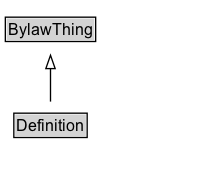
This is docs/diagrams/Definition.dot.png from ISO-TC204/ontology-cdm-p2-v1, a Graphviz export, as it was before one commit. Its source is kept beside it as docs/diagrams/Definition.dot. Source of this version:
```dot
digraph {
	graph [overlap=false rankdir=TB splines=true]
	node [fontname=Arial fontsize=12 margin=0 shape=none]
	edge [fontname=Arial fontsize=11]
	{
		rank=max
		Definition [label=<<TABLE BORDER="1" CELLBORDER="0" CELLSPACING="0" CELLPADDING="1"><TR><TD BGCOLOR="lightgray" ALIGN="CENTER" PORT="e">Definition</TD></TR></TABLE>> URL="../Definition.md" margin=0]
	}
	subgraph cluster_associated {
		label="" style=invis
		Invis [label=<<TABLE BORDER="0" CELLBORDER="0" CELLSPACING="0" CELLPADDING="1"><TR><TD></TD></TR></TABLE>> margin=0 style=invis]
	}
	BylawThing [label=<<TABLE BORDER="1" CELLBORDER="0" CELLSPACING="0" CELLPADDING="1"><TR><TD BGCOLOR="lightgray" ALIGN="CENTER">BylawThing</TD></TR></TABLE>> URL="../BylawThing.md" margin=0]
	Definition -> BylawThing [arrowhead=onormal style=solid]
}
```
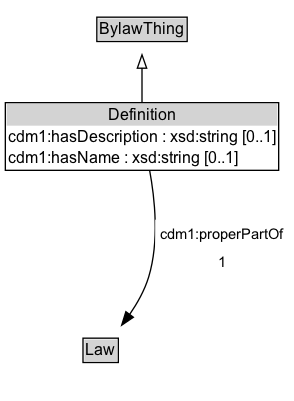
The same diagram one commit later.

Change to the diagram source:
```diff
@@ -3,13 +3,21 @@
 	node [fontname=Arial fontsize=12 margin=0 shape=none]
 	edge [fontname=Arial fontsize=11]
 	{
+		rank=source
+		BylawThing [label=<<TABLE BORDER="1" CELLBORDER="0" CELLSPACING="0" CELLPADDING="1"><TR><TD BGCOLOR="lightgray" ALIGN="CENTER">BylawThing</TD></TR></TABLE>> URL="../BylawThing" margin=0]
+	}
+	Definition [label=<<TABLE BORDER="1" CELLBORDER="0" CELLSPACING="0" CELLPADDING="1"><TR><TD BGCOLOR="lightgray" ALIGN="CENTER">Definition</TD></TR><TR><TD ALIGN="LEFT">cdm1:hasDescription : xsd:string [0..1]</TD></TR><TR><TD ALIGN="LEFT">cdm1:hasName : xsd:string [0..1]</TD></TR></TABLE>> URL="../Definition" margin=0]
+	{
 		rank=max
-		Definition [label=<<TABLE BORDER="1" CELLBORDER="0" CELLSPACING="0" CELLPADDING="1"><TR><TD BGCOLOR="lightgray" ALIGN="CENTER" PORT="e">Definition</TD></TR></TABLE>> URL="../Definition.md" margin=0]
 	}
 	subgraph cluster_associated {
 		label="" style=invis
 		Invis [label=<<TABLE BORDER="0" CELLBORDER="0" CELLSPACING="0" CELLPADDING="1"><TR><TD></TD></TR></TABLE>> margin=0 style=invis]
+		Law [label=<<TABLE BORDER="1" CELLBORDER="0" CELLSPACING="0" CELLPADDING="1"><TR><TD BGCOLOR="lightgray" ALIGN="CENTER">Law</TD></TR></TABLE>> URL="../Law" margin=0]
 	}
-	BylawThing [label=<<TABLE BORDER="1" CELLBORDER="0" CELLSPACING="0" CELLPADDING="1"><TR><TD BGCOLOR="lightgray" ALIGN="CENTER">BylawThing</TD></TR></TABLE>> URL="../BylawThing.md" margin=0]
 	Definition -> BylawThing [arrowhead=onormal style=solid]
+	Definition -> Invis [style=invis]
+	Invis -> Law [style=invis]
+	Law [label=<<TABLE BORDER="1" CELLBORDER="0" CELLSPACING="0" CELLPADDING="1"><TR><TD BGCOLOR="lightgray" ALIGN="CENTER">Law</TD></TR></TABLE>> URL="../Law" margin=0]
+	Definition -> Law [label=<<TABLE BORDER="0" CELLBORDER="0" CELLSPACING="0" CELLPADDING="4" BGCOLOR="white"><TR><TD ALIGN="CENTER">cdm1:properPartOf</TD></TR><TR><TD ALIGN="CENTER">1</TD></TR></TABLE>> arrowhead=normal style=solid]
 }
```
